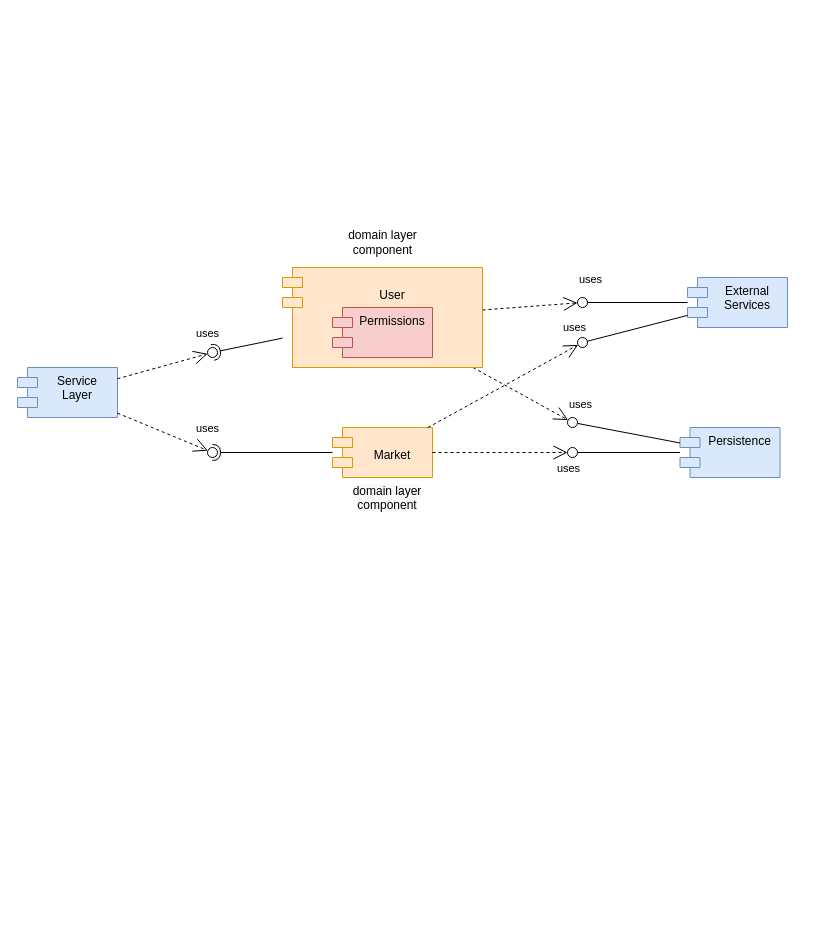
Earlier version of the draw.io diagram page "Component Diagram" (2 of 3) of Workshop.drawio (itaitzruia4/Workshop). Source tidied: cells renumbered, new cells numbered last; positions are measured from the earlier drawing's top-left corner, leaving out a move shared by most shapes. Both pictures are drawn from the tidied source at 100%, with x=0, y=0 at pixel (17, 227).
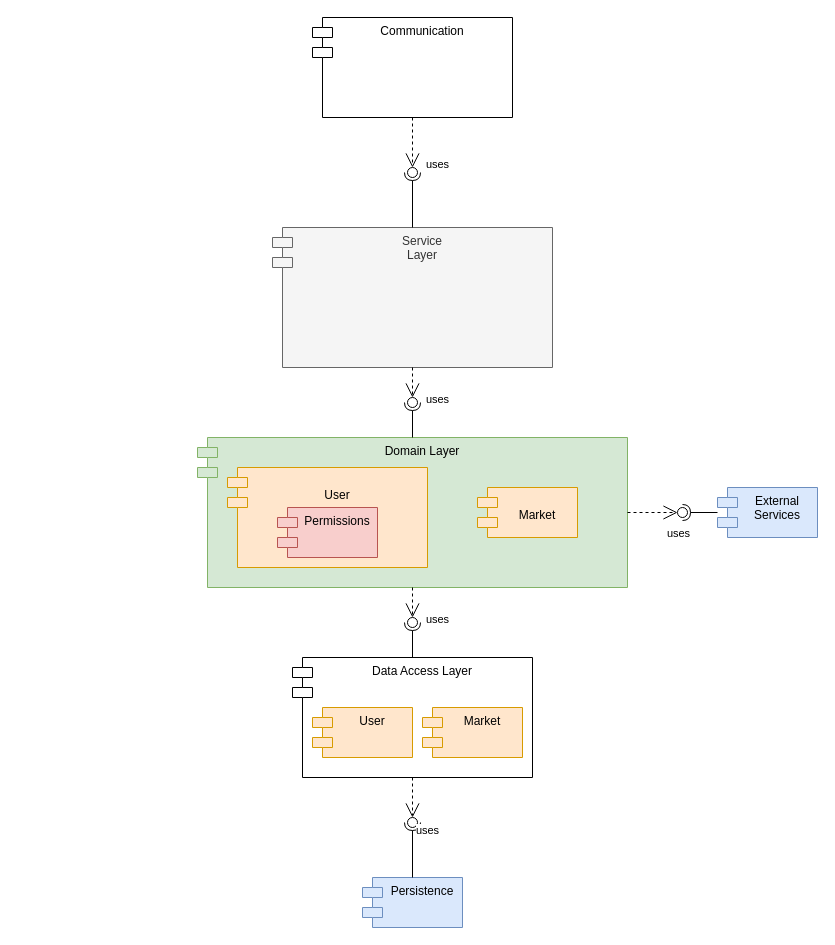
The same page after the edit.

Commit message (it also covers changes not shown here):
updated component diagram to horizontal structure

Unchanged cells that the change refers to:
```xml
<mxCell id="12" style="endArrow=open;endSize=12;dashed=1;html=1;rounded=0;" parent="1" edge="1" source="3" target="7">
  <mxGeometry x="0.47" y="-72" relative="1" as="geometry" />
</mxCell>
```

Diff of the diagram source:
```diff
@@
+    <mxCell id="34" value="Data Access Layer" style="shape=module;align=left;spacingLeft=20;align=center;verticalAlign=top;" parent="1" vertex="1">
+      <mxGeometry x="275" y="430" width="240" height="120" as="geometry" />
+    </mxCell>
+    <mxCell id="35" value="Domain Layer" style="shape=module;align=left;spacingLeft=20;align=center;verticalAlign=top;fillColor=#d5e8d4;strokeColor=#82b366;" parent="1" vertex="1">
+      <mxGeometry x="180" y="210" width="430" height="150" as="geometry" />
+    </mxCell>
     <mxCell id="2" value="&#10;Market" style="shape=module;align=left;spacingLeft=20;align=center;verticalAlign=top;fillColor=#ffe6cc;strokeColor=#d79b00;" parent="1" vertex="1">
-      <mxGeometry x="315" y="200" width="100" height="50" as="geometry" />
+      <mxGeometry x="460" y="260" width="100" height="50" as="geometry" />
     </mxCell>
-    <mxCell id="3" value="Service&#10;Layer" style="shape=module;align=left;spacingLeft=20;align=center;verticalAlign=top;fillColor=#dae8fc;strokeColor=#6c8ebf;" parent="1" vertex="1">
-      <mxGeometry y="140" width="100" height="50" as="geometry" />
+    <mxCell id="3" value="Service&#10;Layer" style="shape=module;align=left;spacingLeft=20;align=center;verticalAlign=top;fillColor=#f5f5f5;strokeColor=#666666;fontColor=#333333;" parent="1" vertex="1">
+      <mxGeometry x="255" width="280" height="140" as="geometry" />
     </mxCell>
     <mxCell id="4" value="Persistence" style="shape=module;align=left;spacingLeft=20;align=center;verticalAlign=top;fillColor=#dae8fc;strokeColor=#6c8ebf;" parent="1" vertex="1">
-      <mxGeometry x="662.5" y="200" width="100" height="50" as="geometry" />
+      <mxGeometry x="345" y="650" width="100" height="50" as="geometry" />
     </mxCell>
     <mxCell id="5" value="External&#10;Services" style="shape=module;align=left;spacingLeft=20;align=center;verticalAlign=top;fillColor=#dae8fc;strokeColor=#6c8ebf;" parent="1" vertex="1">
-      <mxGeometry x="670" y="50" width="100" height="50" as="geometry" />
+      <mxGeometry x="700" y="260" width="100" height="50" as="geometry" />
     </mxCell>
-    <mxCell id="6" style="rounded=0;jettySize=auto;html=1;endArrow=halfCircle;endFill=0;entryX=0.5;entryY=0.5;endSize=6;strokeWidth=1;sketch=0;" parent="1" edge="1" source="30" target="7">
+    <mxCell id="6" style="rounded=0;jettySize=auto;html=1;endArrow=halfCircle;endFill=0;entryX=0.5;entryY=0.5;endSize=6;strokeWidth=1;sketch=0;" parent="1" edge="1" source="35" target="7">
       <mxGeometry relative="1" as="geometry" />
     </mxCell>
     <mxCell id="7" style="ellipse;whiteSpace=wrap;html=1;align=center;points=[];outlineConnect=0;sketch=0;" parent="1" vertex="1">
-      <mxGeometry x="190" y="120" width="10" height="10" as="geometry" />
+      <mxGeometry x="390" y="170" width="10" height="10" as="geometry" />
     </mxCell>
-    <mxCell id="8" style="ellipse;whiteSpace=wrap;html=1;align=center;points=[];outlineConnect=0;sketch=0;" parent="1" vertex="1">
-      <mxGeometry x="550" y="220" width="10" height="10" as="geometry" />
-    </mxCell>
-    <mxCell id="9" style="ellipse;whiteSpace=wrap;html=1;align=center;points=[];outlineConnect=0;sketch=0;" parent="1" vertex="1">
-      <mxGeometry x="550" y="190" width="10" height="10" as="geometry" />
-    </mxCell>
-    <mxCell id="10" style="endArrow=none;html=1;rounded=0;" parent="1" edge="1" source="9" target="4">
-      <mxGeometry relative="1" as="geometry" />
-    </mxCell>
-    <mxCell id="11" value="uses" style="edgeLabel;html=1;align=center;verticalAlign=middle;" parent="10" vertex="1">
-      <mxGeometry x="-0.51" y="1" relative="1" as="geometry">
-        <mxPoint x="-23" y="-23" as="offset" />
-      </mxGeometry>
-    </mxCell>
@@
     <mxCell id="13" value="uses" style="edgeLabel;html=1;align=center;verticalAlign=middle;" parent="12" vertex="1">
       <mxGeometry x="0.52" y="2" relative="1" as="geometry">
-        <mxPoint x="22" y="-25" as="offset" />
+        <mxPoint x="22" y="8" as="offset" />
       </mxGeometry>
     </mxCell>
-    <mxCell id="14" style="endArrow=open;endSize=12;dashed=1;html=1;rounded=0;" parent="1" edge="1" source="30" target="9">
-      <mxGeometry x="0.47" y="-72" relative="1" as="geometry" />
-    </mxCell>
-    <mxCell id="15" style="endArrow=open;endSize=12;dashed=1;html=1;rounded=0;" parent="1" edge="1" source="2" target="8">
-      <mxGeometry x="0.47" y="-72" relative="1" as="geometry" />
-    </mxCell>
-    <mxCell id="16" style="rounded=0;jettySize=auto;html=1;endArrow=halfCircle;endFill=0;entryX=0.5;entryY=0.5;endSize=6;strokeWidth=1;sketch=0;" parent="1" edge="1" source="2" target="17">
-      <mxGeometry relative="1" as="geometry" />
-    </mxCell>
-    <mxCell id="17" style="ellipse;whiteSpace=wrap;html=1;align=center;points=[];outlineConnect=0;sketch=0;" parent="1" vertex="1">
-      <mxGeometry x="190" y="220" width="10" height="10" as="geometry" />
-    </mxCell>
-    <mxCell id="18" style="endArrow=open;endSize=12;dashed=1;html=1;rounded=0;" parent="1" edge="1" source="3" target="17">
-      <mxGeometry x="0.47" y="-72" relative="1" as="geometry" />
-    </mxCell>
-    <mxCell id="19" value="uses" style="edgeLabel;html=1;align=center;verticalAlign=middle;" parent="18" vertex="1">
-      <mxGeometry x="0.41" relative="1" as="geometry">
-        <mxPoint x="26" y="-12" as="offset" />
-      </mxGeometry>
-    </mxCell>
-    <mxCell id="20" style="endArrow=none;html=1;rounded=0;" parent="1" edge="1" source="8" target="4">
-      <mxGeometry relative="1" as="geometry" />
-    </mxCell>
-    <mxCell id="21" value="uses" style="edgeLabel;html=1;align=center;verticalAlign=middle;" parent="20" vertex="1">
-      <mxGeometry x="-0.66" y="1" relative="1" as="geometry">
-        <mxPoint x="-27" y="16" as="offset" />
-      </mxGeometry>
-    </mxCell>
-    <mxCell id="22" style="ellipse;whiteSpace=wrap;html=1;align=center;points=[];outlineConnect=0;sketch=0;" parent="1" vertex="1">
-      <mxGeometry x="560" y="70" width="10" height="10" as="geometry" />
-    </mxCell>
-    <mxCell id="23" style="endArrow=none;html=1;rounded=0;" parent="1" edge="1" source="22" target="5">
-      <mxGeometry relative="1" as="geometry" />
-    </mxCell>
-    <mxCell id="24" value="uses" style="edgeLabel;html=1;align=center;verticalAlign=middle;" parent="23" vertex="1">
-      <mxGeometry x="-0.51" y="1" relative="1" as="geometry">
-        <mxPoint x="-23" y="-23" as="offset" />
-      </mxGeometry>
-    </mxCell>
-    <mxCell id="25" style="endArrow=open;endSize=12;dashed=1;html=1;rounded=0;" parent="1" edge="1" source="30" target="22">
-      <mxGeometry x="0.47" y="-72" relative="1" as="geometry" />
-    </mxCell>
-    <mxCell id="26" style="ellipse;whiteSpace=wrap;html=1;align=center;points=[];outlineConnect=0;sketch=0;" parent="1" vertex="1">
-      <mxGeometry x="560" y="110" width="10" height="10" as="geometry" />
-    </mxCell>
-    <mxCell id="27" style="endArrow=none;html=1;rounded=0;" parent="1" edge="1" source="26" target="5">
-      <mxGeometry relative="1" as="geometry" />
-    </mxCell>
-    <mxCell id="28" value="uses" style="edgeLabel;html=1;align=center;verticalAlign=middle;" parent="27" vertex="1">
-      <mxGeometry x="-0.51" y="1" relative="1" as="geometry">
-        <mxPoint x="-37" y="-7" as="offset" />
-      </mxGeometry>
-    </mxCell>
-    <mxCell id="29" style="endArrow=open;endSize=12;dashed=1;html=1;rounded=0;" parent="1" edge="1" source="2" target="26">
-      <mxGeometry x="0.47" y="-72" relative="1" as="geometry" />
-    </mxCell>
+    <mxCell id="36" style="group;" parent="1" vertex="1">
+      <mxGeometry x="210" y="240" width="200" height="100" as="geometry" />
+    </mxCell>
-    <mxCell id="30" value="&#10;User" style="shape=module;align=left;spacingLeft=20;align=center;verticalAlign=top;fillColor=#ffe6cc;strokeColor=#d79b00;" parent="1" vertex="1">
-      <mxGeometry x="265" y="40" width="200" height="100" as="geometry" />
+    <mxCell id="30" value="&#10;User" style="shape=module;align=left;spacingLeft=20;align=center;verticalAlign=top;fillColor=#ffe6cc;strokeColor=#d79b00;" parent="36" vertex="1">
+      <mxGeometry width="200" height="100" as="geometry" />
     </mxCell>
-    <mxCell id="31" value="Permissions" style="shape=module;align=left;spacingLeft=20;align=center;verticalAlign=top;fillColor=#f8cecc;strokeColor=#b85450;" parent="1" vertex="1">
-      <mxGeometry x="315" y="80" width="100" height="50" as="geometry" />
+    <mxCell id="31" value="Permissions" style="shape=module;align=left;spacingLeft=20;align=center;verticalAlign=top;fillColor=#f8cecc;strokeColor=#b85450;" parent="36" vertex="1">
+      <mxGeometry x="50" y="40" width="100" height="50" as="geometry" />
     </mxCell>
-    <mxCell id="32" value="domain layer&lt;br&gt;component" style="text;html=1;align=center;verticalAlign=middle;strokeColor=none;fillColor=none;" parent="1" vertex="1">
-      <mxGeometry x="325" width="80" height="30" as="geometry" />
-    </mxCell>
-    <mxCell id="33" value="&lt;span style=&quot;color: rgb(0 , 0 , 0) ; font-family: &amp;#34;helvetica&amp;#34; ; font-size: 12px ; font-style: normal ; font-weight: 400 ; letter-spacing: normal ; text-indent: 0px ; text-transform: none ; word-spacing: 0px ; background-color: rgb(248 , 249 , 250) ; display: inline ; float: none&quot;&gt;domain layer&lt;/span&gt;&lt;br style=&quot;color: rgb(0 , 0 , 0) ; font-family: &amp;#34;helvetica&amp;#34; ; font-size: 12px ; font-style: normal ; font-weight: 400 ; letter-spacing: normal ; text-indent: 0px ; text-transform: none ; word-spacing: 0px ; background-color: rgb(248 , 249 , 250)&quot;&gt;&lt;span style=&quot;color: rgb(0 , 0 , 0) ; font-family: &amp;#34;helvetica&amp;#34; ; font-size: 12px ; font-style: normal ; font-weight: 400 ; letter-spacing: normal ; text-indent: 0px ; text-transform: none ; word-spacing: 0px ; background-color: rgb(248 , 249 , 250) ; display: inline ; float: none&quot;&gt;component&lt;/span&gt;" style="text;whiteSpace=wrap;html=1;align=center;" parent="1" vertex="1">
-      <mxGeometry x="325" y="250" width="90" height="40" as="geometry" />
-    </mxCell>
+    <mxCell id="37" value="Market" style="shape=module;align=left;spacingLeft=20;align=center;verticalAlign=top;fillColor=#ffe6cc;strokeColor=#d79b00;" parent="1" vertex="1">
+      <mxGeometry x="405" y="480" width="100" height="50" as="geometry" />
+    </mxCell>
+    <mxCell id="38" value="User" style="shape=module;align=left;spacingLeft=20;align=center;verticalAlign=top;fillColor=#ffe6cc;strokeColor=#d79b00;" parent="1" vertex="1">
+      <mxGeometry x="295" y="480" width="100" height="50" as="geometry" />
+    </mxCell>
+    <mxCell id="39" value="Communication" style="shape=module;align=left;spacingLeft=20;align=center;verticalAlign=top;" parent="1" vertex="1">
+      <mxGeometry x="295" y="-210" width="200" height="100" as="geometry" />
+    </mxCell>
+    <mxCell id="40" style="rounded=0;jettySize=auto;html=1;endArrow=halfCircle;endFill=0;entryX=0.5;entryY=0.5;endSize=6;strokeWidth=1;sketch=0;" parent="1" edge="1" source="3" target="41">
+      <mxGeometry relative="1" as="geometry" />
+    </mxCell>
+    <mxCell id="41" style="ellipse;whiteSpace=wrap;html=1;align=center;points=[];outlineConnect=0;sketch=0;" parent="1" vertex="1">
+      <mxGeometry x="390" y="-60" width="10" height="10" as="geometry" />
+    </mxCell>
+    <mxCell id="42" style="endArrow=open;endSize=12;dashed=1;html=1;rounded=0;" parent="1" edge="1" source="39" target="41">
+      <mxGeometry x="0.47" y="-72" relative="1" as="geometry" />
+    </mxCell>
+    <mxCell id="43" value="uses" style="edgeLabel;html=1;align=center;verticalAlign=middle;" parent="42" vertex="1">
+      <mxGeometry x="0.52" y="2" relative="1" as="geometry">
+        <mxPoint x="22" y="8" as="offset" />
+      </mxGeometry>
+    </mxCell>
+    <mxCell id="44" style="rounded=0;jettySize=auto;html=1;endArrow=halfCircle;endFill=0;entryX=0.5;entryY=0.5;endSize=6;strokeWidth=1;sketch=0;" parent="1" edge="1" source="34" target="45">
+      <mxGeometry relative="1" as="geometry" />
+    </mxCell>
+    <mxCell id="45" style="ellipse;whiteSpace=wrap;html=1;align=center;points=[];outlineConnect=0;sketch=0;" parent="1" vertex="1">
+      <mxGeometry x="390" y="390" width="10" height="10" as="geometry" />
+    </mxCell>
+    <mxCell id="46" style="endArrow=open;endSize=12;dashed=1;html=1;rounded=0;" parent="1" edge="1" source="35" target="45">
+      <mxGeometry x="0.47" y="-72" relative="1" as="geometry" />
+    </mxCell>
+    <mxCell id="47" value="uses" style="edgeLabel;html=1;align=center;verticalAlign=middle;" parent="46" vertex="1">
+      <mxGeometry x="0.52" y="2" relative="1" as="geometry">
+        <mxPoint x="22" y="8" as="offset" />
+      </mxGeometry>
+    </mxCell>
+    <mxCell id="48" style="rounded=0;jettySize=auto;html=1;endArrow=halfCircle;endFill=0;entryX=0.5;entryY=0.5;endSize=6;strokeWidth=1;sketch=0;" parent="1" edge="1" source="5" target="49">
+      <mxGeometry relative="1" as="geometry" />
+    </mxCell>
+    <mxCell id="49" style="ellipse;whiteSpace=wrap;html=1;align=center;points=[];outlineConnect=0;sketch=0;" parent="1" vertex="1">
+      <mxGeometry x="660" y="280" width="10" height="10" as="geometry" />
+    </mxCell>
+    <mxCell id="50" style="endArrow=open;endSize=12;dashed=1;html=1;rounded=0;" parent="1" edge="1" source="35" target="49">
+      <mxGeometry x="0.47" y="-72" relative="1" as="geometry" />
+    </mxCell>
+    <mxCell id="51" value="uses" style="edgeLabel;html=1;align=center;verticalAlign=middle;" parent="50" vertex="1">
+      <mxGeometry x="0.52" y="2" relative="1" as="geometry">
+        <mxPoint x="12" y="22" as="offset" />
+      </mxGeometry>
+    </mxCell>
+    <mxCell id="52" style="rounded=0;jettySize=auto;html=1;endArrow=halfCircle;endFill=0;entryX=0.5;entryY=0.5;endSize=6;strokeWidth=1;sketch=0;" parent="1" edge="1" source="4" target="53">
+      <mxGeometry relative="1" as="geometry" />
+    </mxCell>
+    <mxCell id="53" style="ellipse;whiteSpace=wrap;html=1;align=center;points=[];outlineConnect=0;sketch=0;" parent="1" vertex="1">
+      <mxGeometry x="390" y="590" width="10" height="10" as="geometry" />
+    </mxCell>
+    <mxCell id="54" style="endArrow=open;endSize=12;dashed=1;html=1;rounded=0;" parent="1" edge="1" source="34" target="53">
+      <mxGeometry x="0.47" y="-72" relative="1" as="geometry" />
+    </mxCell>
+    <mxCell id="55" value="uses" style="edgeLabel;html=1;align=center;verticalAlign=middle;" parent="54" vertex="1">
+      <mxGeometry x="0.52" y="2" relative="1" as="geometry">
+        <mxPoint x="12" y="22" as="offset" />
+      </mxGeometry>
+    </mxCell>
```
